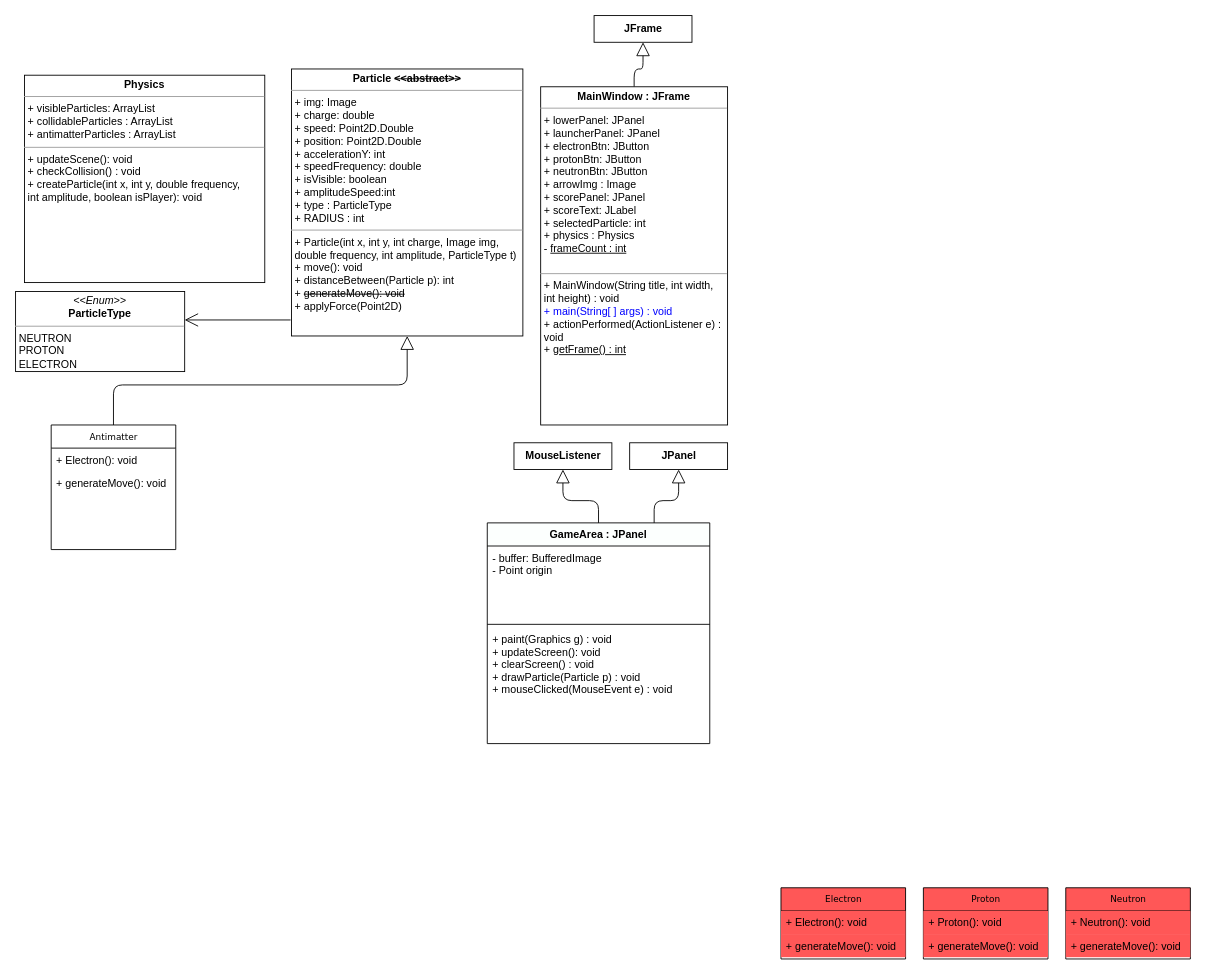
Earlier version of the draw.io diagram DiagrammeUML.drawio (Iman974/Algo_Proj2A). Source tidied: cells renumbered, new cells numbered last; positions are measured from the earlier drawing's top-left corner, leaving out a move shared by most shapes. Both pictures are drawn from the tidied source at 89%, with x=0, y=0 at pixel (15, 15).
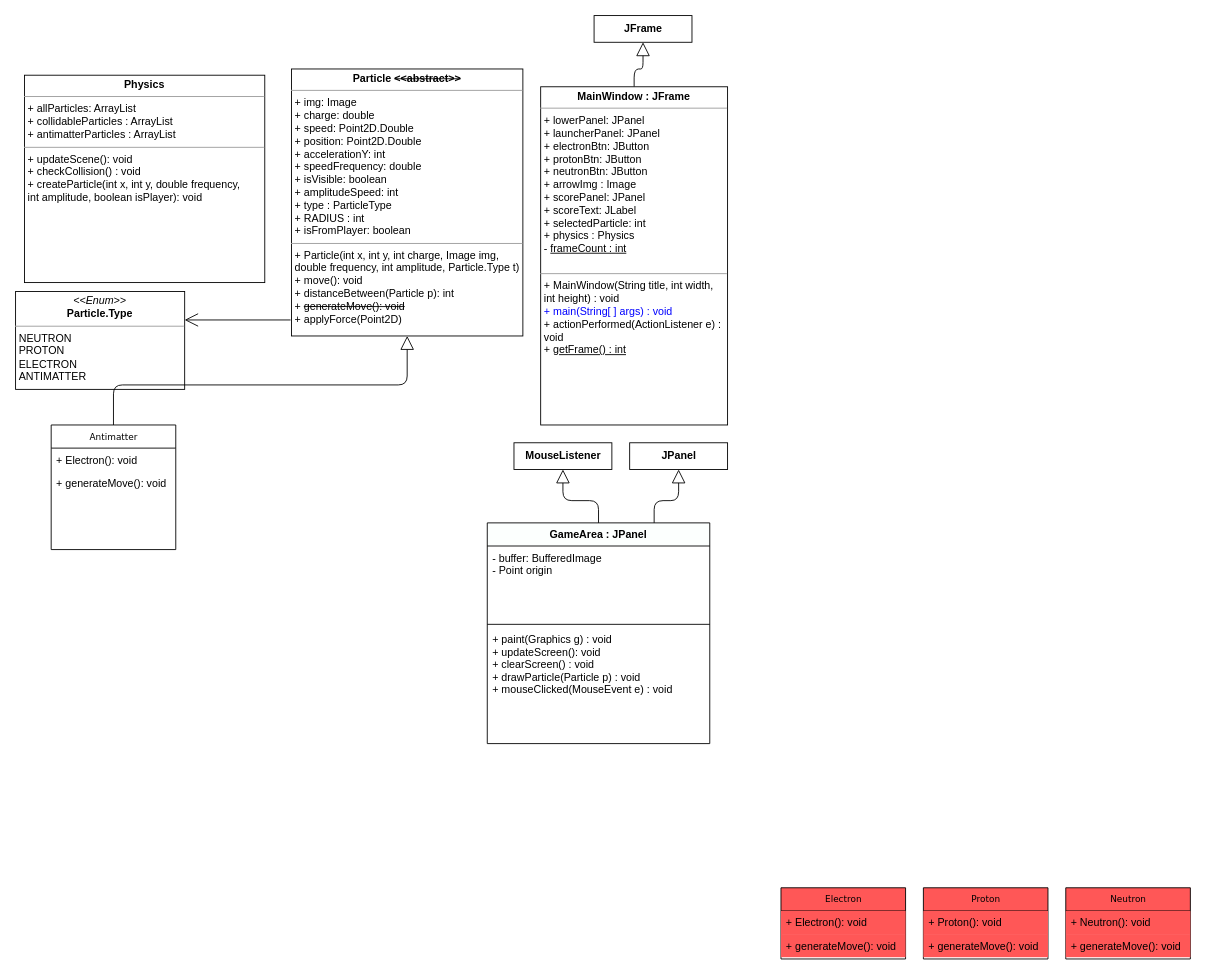
The same diagram, later.

The edit, as a diff of the source:
```diff
@@
-    <mxCell id="5" value="&lt;p style=&quot;margin: 0px ; margin-top: 4px ; text-align: center&quot;&gt;&lt;b&gt;Physics&lt;/b&gt;&lt;/p&gt;&lt;hr size=&quot;1&quot;&gt;&lt;p style=&quot;margin: 0px ; margin-left: 4px&quot;&gt;+ visibleParticles: ArrayList&lt;br&gt;&lt;/p&gt;&lt;p style=&quot;margin: 0px ; margin-left: 4px&quot;&gt;+ collidableParticles : ArrayList&lt;/p&gt;&lt;p style=&quot;margin: 0px ; margin-left: 4px&quot;&gt;+ antimatterParticles : ArrayList&lt;/p&gt;&lt;hr size=&quot;1&quot;&gt;&lt;p style=&quot;margin: 0px ; margin-left: 4px&quot;&gt;+ updateScene(): void&lt;br&gt;+ checkCollision() : void&lt;/p&gt;&lt;p style=&quot;margin: 0px ; margin-left: 4px&quot;&gt;&lt;span&gt;+ createParticle(int x, int y, double frequency,&lt;/span&gt;&lt;/p&gt;&lt;p style=&quot;margin: 0px ; margin-left: 4px&quot;&gt;&lt;span&gt;int amplitude, boolean isPlayer): void&lt;/span&gt;&lt;/p&gt;" style="verticalAlign=top;align=left;overflow=fill;fontSize=12;fontFamily=Helvetica;html=1;rounded=0;shadow=0;comic=0;labelBackgroundColor=none;strokeWidth=1;" parent="1" vertex="1">
+    <mxCell id="5" value="&lt;p style=&quot;margin: 0px ; margin-top: 4px ; text-align: center&quot;&gt;&lt;b&gt;Physics&lt;/b&gt;&lt;/p&gt;&lt;hr size=&quot;1&quot;&gt;&lt;p style=&quot;margin: 0px ; margin-left: 4px&quot;&gt;+ allParticles: ArrayList&lt;br&gt;&lt;/p&gt;&lt;p style=&quot;margin: 0px ; margin-left: 4px&quot;&gt;+ collidableParticles : ArrayList&lt;/p&gt;&lt;p style=&quot;margin: 0px ; margin-left: 4px&quot;&gt;+ antimatterParticles : ArrayList&lt;/p&gt;&lt;hr size=&quot;1&quot;&gt;&lt;p style=&quot;margin: 0px ; margin-left: 4px&quot;&gt;+ updateScene(): void&lt;br&gt;+ checkCollision() : void&lt;/p&gt;&lt;p style=&quot;margin: 0px ; margin-left: 4px&quot;&gt;&lt;span&gt;+ createParticle(int x, int y, double frequency,&lt;/span&gt;&lt;/p&gt;&lt;p style=&quot;margin: 0px ; margin-left: 4px&quot;&gt;&lt;span&gt;int amplitude, boolean isPlayer): void&lt;/span&gt;&lt;/p&gt;" style="verticalAlign=top;align=left;overflow=fill;fontSize=12;fontFamily=Helvetica;html=1;rounded=0;shadow=0;comic=0;labelBackgroundColor=none;strokeWidth=1;" parent="1" vertex="1">
       <mxGeometry x="10" y="67" width="270" height="233" as="geometry" />
     </mxCell>
-    <mxCell id="6" value="&lt;p style=&quot;margin: 0px ; margin-top: 4px ; text-align: center&quot;&gt;&lt;b&gt;Particle &lt;strike&gt;&amp;lt;&amp;lt;abstract&amp;gt;&amp;gt;&lt;/strike&gt;&lt;/b&gt;&lt;/p&gt;&lt;hr size=&quot;1&quot;&gt;&lt;p style=&quot;margin: 0px ; margin-left: 4px&quot;&gt;+ img: Image&lt;br&gt;&lt;/p&gt;&lt;p style=&quot;margin: 0px ; margin-left: 4px&quot;&gt;+ charge: double&lt;/p&gt;&lt;p style=&quot;margin: 0px ; margin-left: 4px&quot;&gt;+ speed: Point2D.Double&lt;/p&gt;&lt;p style=&quot;margin: 0px ; margin-left: 4px&quot;&gt;+ position: Point2D.Double&lt;/p&gt;&lt;p style=&quot;margin: 0px ; margin-left: 4px&quot;&gt;+ accelerationY: int&lt;/p&gt;&lt;p style=&quot;margin: 0px ; margin-left: 4px&quot;&gt;+ speedFrequency: double&lt;/p&gt;&lt;p style=&quot;margin: 0px ; margin-left: 4px&quot;&gt;+ isVisible: boolean&lt;/p&gt;&lt;p style=&quot;margin: 0px ; margin-left: 4px&quot;&gt;+ amplitudeSpeed:int&lt;/p&gt;&lt;p style=&quot;margin: 0px ; margin-left: 4px&quot;&gt;+ type : ParticleType&lt;/p&gt;&lt;p style=&quot;margin: 0px ; margin-left: 4px&quot;&gt;+ RADIUS : int&lt;/p&gt;&lt;hr size=&quot;1&quot;&gt;&lt;p style=&quot;margin: 0px ; margin-left: 4px&quot;&gt;+ Particle(int x, int y, int charge, Image img,&lt;/p&gt;&lt;p style=&quot;margin: 0px ; margin-left: 4px&quot;&gt;&lt;span&gt;double frequency, int amplitude, ParticleType t)&lt;/span&gt;&lt;/p&gt;&lt;p style=&quot;margin: 0px ; margin-left: 4px&quot;&gt;+ move(): void&lt;br&gt;+ distanceBetween(Particle p): int&lt;/p&gt;&lt;p style=&quot;margin: 0px ; margin-left: 4px&quot;&gt;+&amp;nbsp;&lt;strike&gt;generateMove(): void&lt;/strike&gt;&lt;/p&gt;&lt;p style=&quot;margin: 0px ; margin-left: 4px&quot;&gt;+ applyForce(Point2D)&lt;/p&gt;" style="verticalAlign=top;align=left;overflow=fill;fontSize=12;fontFamily=Helvetica;html=1;rounded=0;shadow=0;comic=0;labelBackgroundColor=none;strokeWidth=1;" parent="1" vertex="1">
+    <mxCell id="6" value="&lt;p style=&quot;margin: 0px ; margin-top: 4px ; text-align: center&quot;&gt;&lt;b&gt;Particle &lt;strike&gt;&amp;lt;&amp;lt;abstract&amp;gt;&amp;gt;&lt;/strike&gt;&lt;/b&gt;&lt;/p&gt;&lt;hr size=&quot;1&quot;&gt;&lt;p style=&quot;margin: 0px ; margin-left: 4px&quot;&gt;+ img: Image&lt;br&gt;&lt;/p&gt;&lt;p style=&quot;margin: 0px ; margin-left: 4px&quot;&gt;+ charge: double&lt;/p&gt;&lt;p style=&quot;margin: 0px ; margin-left: 4px&quot;&gt;+ speed: Point2D.Double&lt;/p&gt;&lt;p style=&quot;margin: 0px ; margin-left: 4px&quot;&gt;+ position: Point2D.Double&lt;/p&gt;&lt;p style=&quot;margin: 0px ; margin-left: 4px&quot;&gt;+ accelerationY: int&lt;/p&gt;&lt;p style=&quot;margin: 0px ; margin-left: 4px&quot;&gt;+ speedFrequency: double&lt;/p&gt;&lt;p style=&quot;margin: 0px ; margin-left: 4px&quot;&gt;+ isVisible: boolean&lt;/p&gt;&lt;p style=&quot;margin: 0px ; margin-left: 4px&quot;&gt;+ amplitudeSpeed: int&lt;/p&gt;&lt;p style=&quot;margin: 0px ; margin-left: 4px&quot;&gt;+ type : ParticleType&lt;/p&gt;&lt;p style=&quot;margin: 0px ; margin-left: 4px&quot;&gt;+ RADIUS : int&lt;/p&gt;&lt;p style=&quot;margin: 0px ; margin-left: 4px&quot;&gt;+ isFromPlayer: boolean&lt;/p&gt;&lt;hr size=&quot;1&quot;&gt;&lt;p style=&quot;margin: 0px ; margin-left: 4px&quot;&gt;+ Particle(int x, int y, int charge, Image img,&lt;/p&gt;&lt;p style=&quot;margin: 0px ; margin-left: 4px&quot;&gt;&lt;span&gt;double frequency, int amplitude, Particle.Type t)&lt;/span&gt;&lt;/p&gt;&lt;p style=&quot;margin: 0px ; margin-left: 4px&quot;&gt;+ move(): void&lt;br&gt;+ distanceBetween(Particle p): int&lt;/p&gt;&lt;p style=&quot;margin: 0px ; margin-left: 4px&quot;&gt;+&amp;nbsp;&lt;strike&gt;generateMove(): void&lt;/strike&gt;&lt;/p&gt;&lt;p style=&quot;margin: 0px ; margin-left: 4px&quot;&gt;+ applyForce(Point2D)&lt;/p&gt;" style="verticalAlign=top;align=left;overflow=fill;fontSize=12;fontFamily=Helvetica;html=1;rounded=0;shadow=0;comic=0;labelBackgroundColor=none;strokeWidth=1;" parent="1" vertex="1">
       <mxGeometry x="310" y="60" width="260" height="300" as="geometry" />
     </mxCell>
@@
-    <mxCell id="18" value="&lt;p style=&quot;margin: 0px ; margin-top: 4px ; text-align: center&quot;&gt;&lt;i&gt;&amp;lt;&amp;lt;Enum&amp;gt;&amp;gt;&lt;/i&gt;&lt;br&gt;&lt;b&gt;ParticleType&lt;/b&gt;&lt;/p&gt;&lt;hr size=&quot;1&quot;&gt;&lt;p style=&quot;margin: 0px ; margin-left: 4px&quot;&gt;NEUTRON&lt;/p&gt;&lt;p style=&quot;margin: 0px ; margin-left: 4px&quot;&gt;PROTON&lt;br&gt;ELECTRON&lt;/p&gt;" style="verticalAlign=top;align=left;overflow=fill;fontSize=12;fontFamily=Helvetica;html=1;fillColor=#FFFFFF;noLabel=0;enumerate=0;" parent="1" vertex="1">
-      <mxGeometry y="310" width="190" height="90" as="geometry" />
+    <mxCell id="18" value="&lt;p style=&quot;margin: 0px ; margin-top: 4px ; text-align: center&quot;&gt;&lt;i&gt;&amp;lt;&amp;lt;Enum&amp;gt;&amp;gt;&lt;/i&gt;&lt;br&gt;&lt;b&gt;Particle.Type&lt;/b&gt;&lt;/p&gt;&lt;hr size=&quot;1&quot;&gt;&lt;p style=&quot;margin: 0px ; margin-left: 4px&quot;&gt;NEUTRON&lt;/p&gt;&lt;p style=&quot;margin: 0px ; margin-left: 4px&quot;&gt;PROTON&lt;br&gt;ELECTRON&lt;/p&gt;&lt;p style=&quot;margin: 0px ; margin-left: 4px&quot;&gt;ANTIMATTER&lt;/p&gt;" style="verticalAlign=top;align=left;overflow=fill;fontSize=12;fontFamily=Helvetica;html=1;fillColor=#FFFFFF;noLabel=0;enumerate=0;" parent="1" vertex="1">
+      <mxGeometry y="310" width="190" height="110" as="geometry" />
     </mxCell>
```
